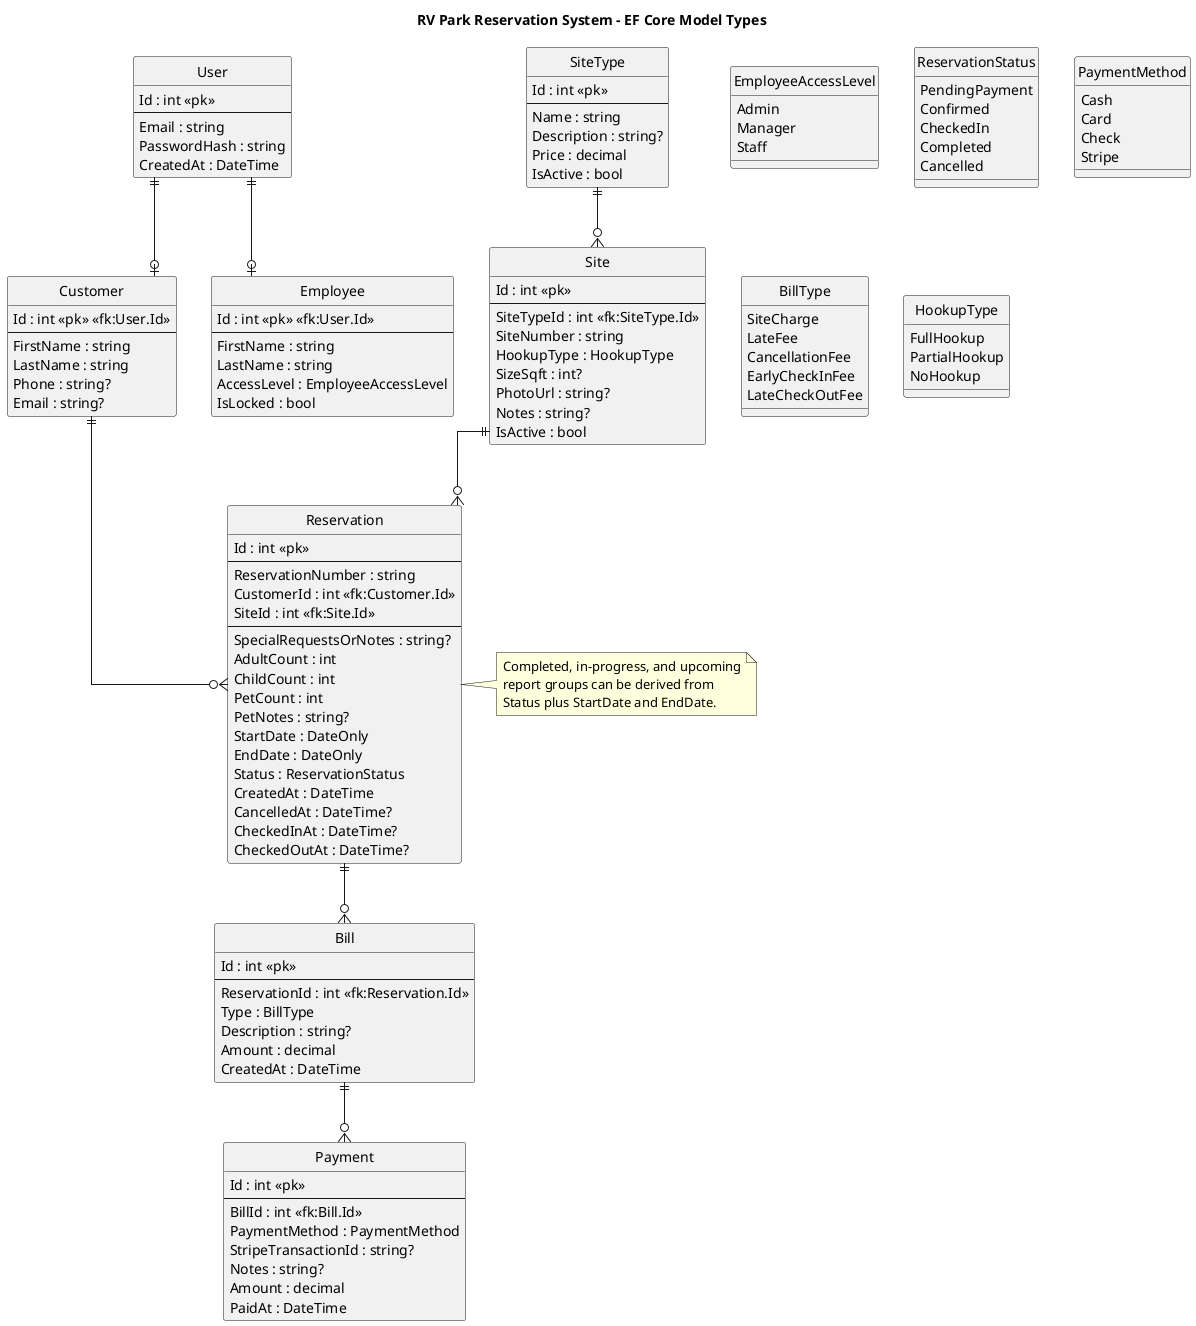
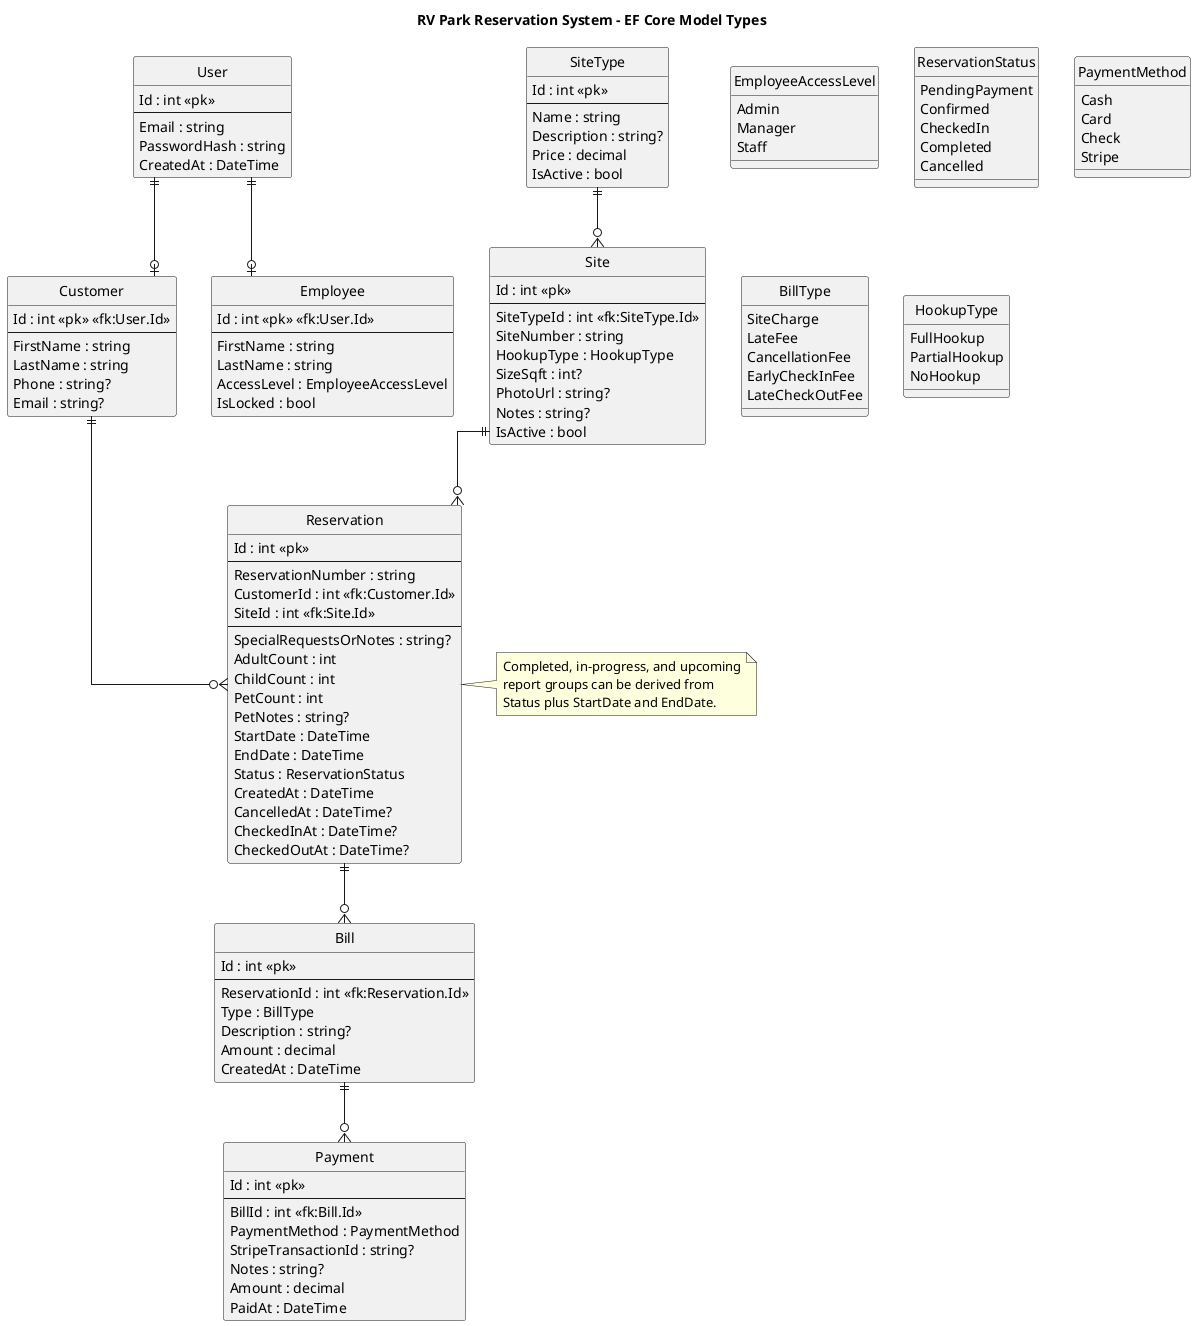
@startuml

title RV Park Reservation System - EF Core Model Types

hide circle
skinparam linetype ortho

/'
    EF Core model notes:
    - This diagram shows C# model property types, not SQLite storage types.
    - EF Core maps these types to SQLite-compatible columns through the provider.
    - Money is modeled as decimal for clear, database-agnostic C# usage.
-     - Date-only business ranges use DateOnly; timestamps use DateTime.
    - Enums may be stored as integers by default or as strings with value converters.
'/

enum EmployeeAccessLevel {
    Admin
    Manager
    Staff
}

enum ReservationStatus {
    PendingPayment
    Confirmed
    CheckedIn
    Completed
    Cancelled
}

enum PaymentMethod {
    Cash
    Card
    Check
    Stripe
}

enum BillType {
    SiteCharge
    LateFee
    CancellationFee
    EarlyCheckInFee
    LateCheckOutFee
}

enum HookupType {
    FullHookup
    PartialHookup
    NoHookup
}

entity User {
    Id : int <<pk>>
    --
    Email : string
    PasswordHash : string
    CreatedAt : DateTime
}

entity Customer {
    Id : int <<pk>> <<fk:User.Id>>
    --
    FirstName : string
    LastName : string
    Phone : string?
    Email : string?
}

entity Employee {
    Id : int <<pk>> <<fk:User.Id>>
    --
    FirstName : string
    LastName : string
    AccessLevel : EmployeeAccessLevel
    IsLocked : bool
}

entity SiteType {
    Id : int <<pk>>
    --
    Name : string
    Description : string?
    Price : decimal
    IsActive : bool
}

entity Site {
    Id : int <<pk>>
    --
    SiteTypeId : int <<fk:SiteType.Id>>
    SiteNumber : string
    HookupType : HookupType
    SizeSqft : int?
    PhotoUrl : string?
    Notes : string?
    IsActive : bool
}

entity Reservation {
    Id : int <<pk>>
    --
    ReservationNumber : string
    CustomerId : int <<fk:Customer.Id>>
    SiteId : int <<fk:Site.Id>>
    --
    SpecialRequestsOrNotes : string?
    AdultCount : int
    ChildCount : int
    PetCount : int
    PetNotes : string?
-     StartDate : DateOnly
-     EndDate : DateOnly
+     StartDate : DateTime
+     EndDate : DateTime
    Status : ReservationStatus
    CreatedAt : DateTime
    CancelledAt : DateTime?
    CheckedInAt : DateTime?
    CheckedOutAt : DateTime?
}
note right of Reservation
    Completed, in-progress, and upcoming
    report groups can be derived from
    Status plus StartDate and EndDate.
end note

entity Bill {
    Id : int <<pk>>
    --
    ReservationId : int <<fk:Reservation.Id>>
    Type : BillType
    Description : string?
    Amount : decimal
    CreatedAt : DateTime
}

entity Payment {
    Id : int <<pk>>
    --
    BillId : int <<fk:Bill.Id>>
    PaymentMethod : PaymentMethod
    StripeTransactionId : string?
    Notes : string?
    Amount : decimal
    PaidAt : DateTime
}

/'
    Navigation-property relationships
'/

User ||--o| Customer
User ||--o| Employee

SiteType ||--o{ Site
Site ||--o{ Reservation

Customer ||--o{ Reservation
Reservation ||--o{ Bill
Bill ||--o{ Payment

@enduml
